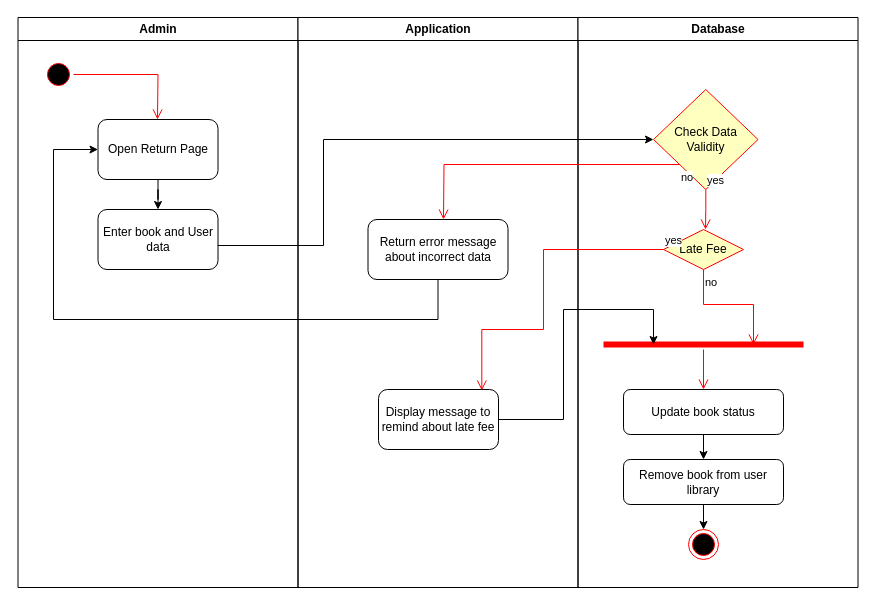
Before: docs/assets/activity_return.drawio in jashan-s1/Team5, a draw.io diagram. Source tidied: cells renumbered, new cells numbered last; positions are measured from the earlier drawing's top-left corner, leaving out a move shared by most shapes. Both pictures are drawn from the tidied source at 100%, with x=0, y=0 at pixel (17, 17).
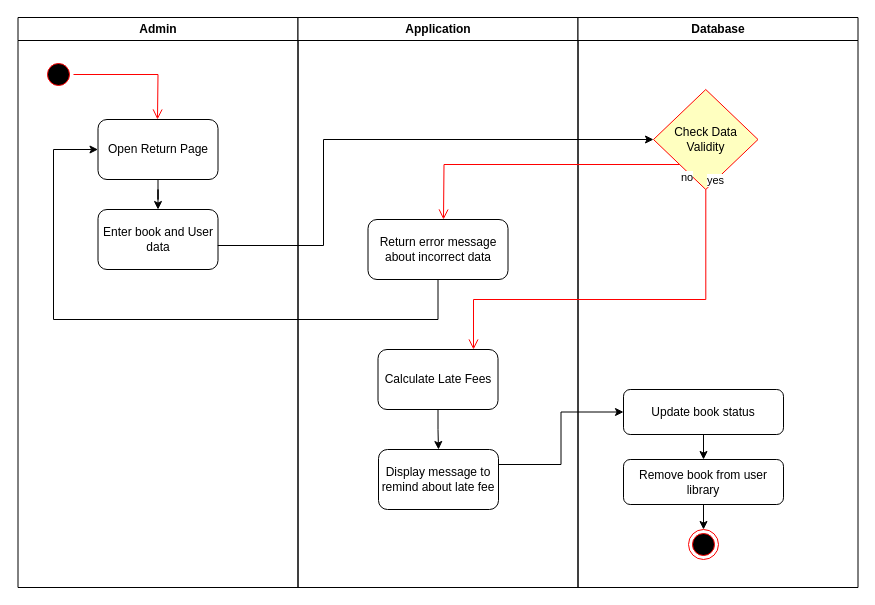
After the change.

Commit message (it also covers changes not shown here):
Updated retrn process activity diagram

The change refers to these unchanged cells:
```xml
<mxCell id="8" value="Application" style="swimlane;whiteSpace=wrap;" parent="1" vertex="1">
  <mxGeometry x="280.5" width="280" height="570" as="geometry" />
</mxCell>
<mxCell id="11" value="Database" style="swimlane;whiteSpace=wrap;" parent="1" vertex="1">
  <mxGeometry x="560.5" width="280" height="570" as="geometry" />
</mxCell>
<mxCell id="12" value="Check Data Validity" style="rhombus;whiteSpace=wrap;html=1;fontColor=#000000;fillColor=#ffffc0;strokeColor=#ff0000;" parent="11" vertex="1">
  <mxGeometry x="75.5" y="72" width="104.5" height="100" as="geometry" />
</mxCell>
<mxCell id="16" value="Update book status" style="rounded=1;whiteSpace=wrap;html=1;" parent="11" vertex="1">
  <mxGeometry x="45.5" y="372" width="160" height="45" as="geometry" />
</mxCell>
```

Change to the diagram source:
```diff
@@
     <mxCell id="10" value="Display message to remind about late fee" style="rounded=1;whiteSpace=wrap;html=1;" parent="8" vertex="1">
-      <mxGeometry x="80.5" y="372" width="120" height="60" as="geometry" />
+      <mxGeometry x="80.5" y="432" width="120" height="60" as="geometry" />
     </mxCell>
+    <mxCell id="28" style="edgeStyle=orthogonalEdgeStyle;rounded=0;jettySize=auto;html=1;" parent="8" edge="1" source="29" target="10">
+      <mxGeometry relative="1" as="geometry" />
+    </mxCell>
+    <mxCell id="29" value="Calculate Late Fees" style="rounded=1;whiteSpace=wrap;html=1;" parent="8" vertex="1">
+      <mxGeometry x="80" y="332" width="120" height="60" as="geometry" />
+    </mxCell>
@@
-    <mxCell id="13" value="yes" style="edgeStyle=orthogonalEdgeStyle;html=1;align=left;verticalAlign=bottom;endArrow=open;endSize=8;strokeColor=#ff0000;rounded=0;" parent="11" edge="1" source="12">
-      <mxGeometry x="-1" relative="1" as="geometry">
-        <mxPoint x="127.5" y="212" as="targetPoint" />
-      </mxGeometry>
-    </mxCell>
@@
-    <mxCell id="20" value="Late Fee" style="rhombus;whiteSpace=wrap;html=1;fontColor=#000000;fillColor=#ffffc0;strokeColor=#ff0000;" parent="11" vertex="1">
-      <mxGeometry x="85.5" y="212" width="80" height="40" as="geometry" />
-    </mxCell>
-    <mxCell id="21" style="shape=line;html=1;strokeWidth=6;strokeColor=#ff0000;" parent="11" vertex="1">
-      <mxGeometry x="25.5" y="322" width="200" height="10" as="geometry" />
-    </mxCell>
-    <mxCell id="22" style="edgeStyle=orthogonalEdgeStyle;html=1;verticalAlign=bottom;endArrow=open;endSize=8;strokeColor=#ff0000;rounded=0;entryX=0.5;entryY=0;entryDx=0;entryDy=0;" parent="11" edge="1" source="21" target="16">
-      <mxGeometry relative="1" as="geometry" />
-    </mxCell>
-    <mxCell id="23" value="no" style="edgeStyle=orthogonalEdgeStyle;html=1;align=left;verticalAlign=top;endArrow=open;endSize=8;strokeColor=#ff0000;rounded=0;entryX=0.75;entryY=0.5;entryDx=0;entryDy=0;entryPerimeter=0;" parent="11" edge="1" source="20" target="21">
-      <mxGeometry x="-1" relative="1" as="geometry" />
-    </mxCell>
@@
-    <mxCell id="26" value="yes" style="edgeStyle=orthogonalEdgeStyle;html=1;align=left;verticalAlign=bottom;endArrow=open;endSize=8;strokeColor=#ff0000;rounded=0;entryX=0.861;entryY=0.017;entryDx=0;entryDy=0;entryPerimeter=0;" parent="1" edge="1" source="20" target="10">
-      <mxGeometry x="-1" relative="1" as="geometry">
-        <Array as="points">
-          <mxPoint x="526" y="232" />
-          <mxPoint x="526" y="312" />
-          <mxPoint x="464" y="312" />
-        </Array>
-      </mxGeometry>
-    </mxCell>
-    <mxCell id="27" style="edgeStyle=orthogonalEdgeStyle;rounded=0;jettySize=auto;html=1;exitX=1;exitY=0.5;exitDx=0;exitDy=0;entryX=0.25;entryY=0.5;entryDx=0;entryDy=0;entryPerimeter=0;" parent="1" edge="1" source="10" target="21">
-      <mxGeometry relative="1" as="geometry">
-        <Array as="points">
-          <mxPoint x="546" y="402" />
-          <mxPoint x="546" y="292" />
-          <mxPoint x="636" y="292" />
-        </Array>
-      </mxGeometry>
-    </mxCell>
+    <mxCell id="13" value="yes" style="edgeStyle=orthogonalEdgeStyle;html=1;align=left;verticalAlign=bottom;endArrow=open;endSize=8;strokeColor=#ff0000;rounded=0;" parent="1" edge="1" source="12">
+      <mxGeometry x="-1" relative="1" as="geometry">
+        <mxPoint x="456" y="332" as="targetPoint" />
+        <Array as="points">
+          <mxPoint x="688" y="282" />
+          <mxPoint x="456" y="282" />
+        </Array>
+      </mxGeometry>
+    </mxCell>
+    <mxCell id="30" style="edgeStyle=orthogonalEdgeStyle;rounded=0;jettySize=auto;html=1;exitX=1;exitY=0.25;exitDx=0;exitDy=0;entryX=0;entryY=0.5;entryDx=0;entryDy=0;" parent="1" edge="1" source="10" target="16">
+      <mxGeometry relative="1" as="geometry" />
+    </mxCell>
```
